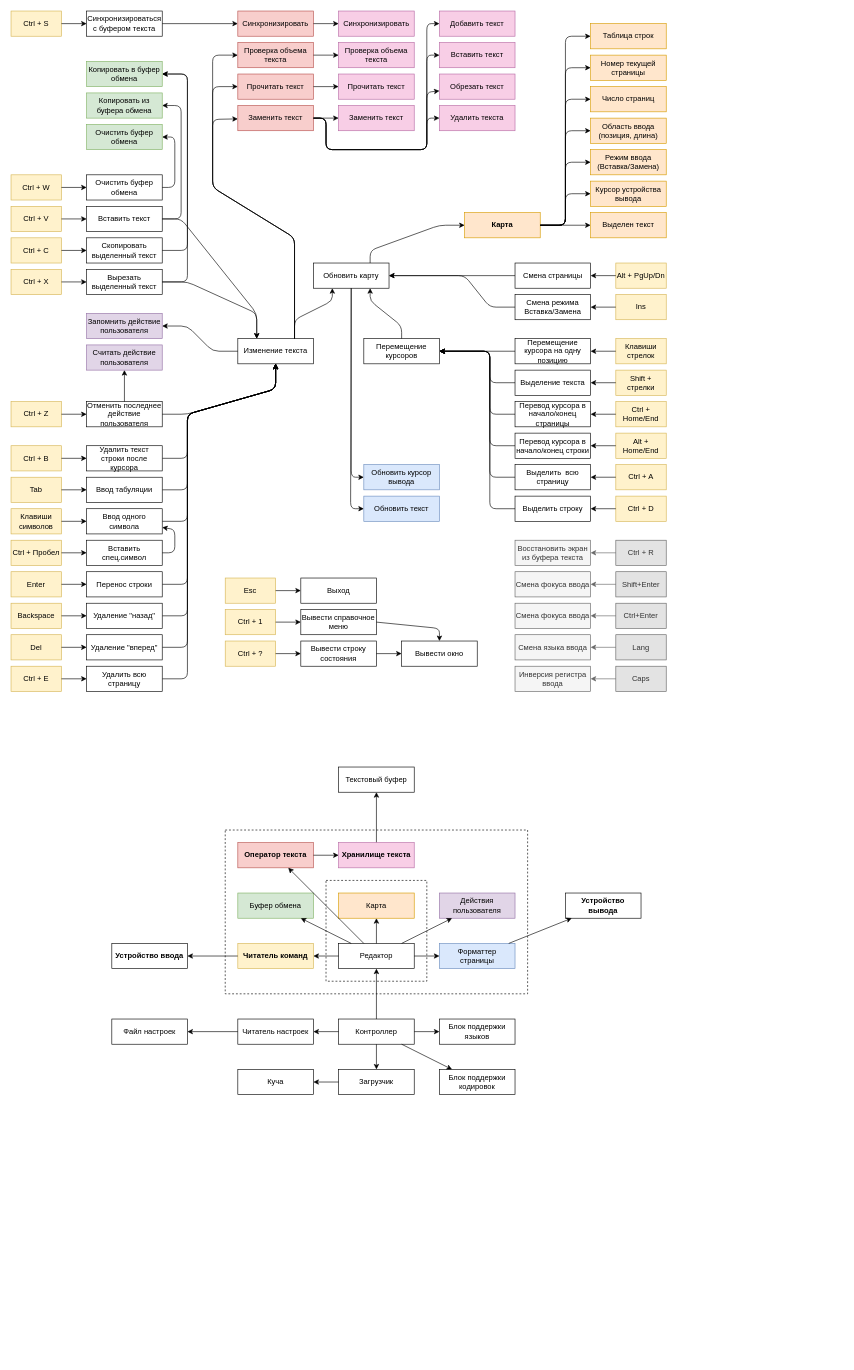
Before: page "Команды редактора" (5 of 5) of _Doc/LPM_class_component_diagram.drawio in Teslatec/LPM_Editor, a draw.io diagram. Source tidied: cells renumbered, new cells numbered last; positions are measured from the earlier drawing's top-left corner, leaving out a move shared by most shapes. Both pictures are drawn from the tidied source at 63%, with x=0, y=0 at pixel (11, 11).
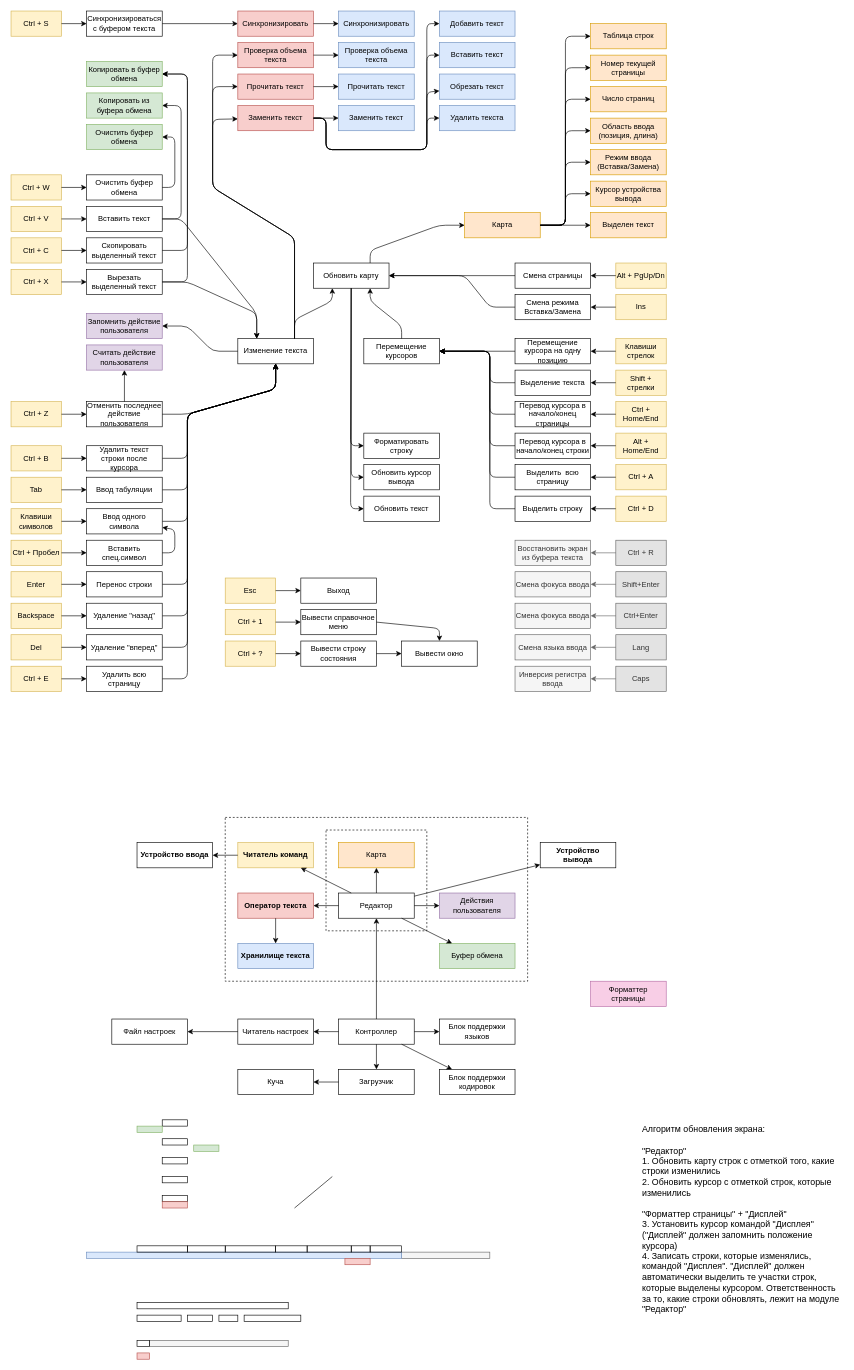
After the change.

Unchanged cells that the change refers to:
```xml
<mxCell id="78" value="Обновить карту" style="rounded=0;whiteSpace=wrap;html=1;" parent="1" vertex="1">
  <mxGeometry x="480" y="400" width="120" height="40" as="geometry" />
</mxCell>
```

Diff of the diagram source:
```diff
@@
+    <mxCell id="211" style="rounded=0;whiteSpace=wrap;html=1;fillColor=#f5f5f5;strokeColor=#666666;fontColor=#333333;" parent="1" vertex="1">
+      <mxGeometry x="620" y="1970" width="140" height="10" as="geometry" />
+    </mxCell>
+    <mxCell id="212" style="rounded=0;whiteSpace=wrap;html=1;fillColor=#dae8fc;strokeColor=#6c8ebf;" parent="1" vertex="1">
+      <mxGeometry x="120" y="1970" width="500" height="10" as="geometry" />
+    </mxCell>
     <mxCell id="2" style="rounded=0;whiteSpace=wrap;html=1;dashed=1;fillColor=none;" parent="1" vertex="1">
-      <mxGeometry x="500" y="1380" width="160" height="160" as="geometry" />
+      <mxGeometry x="500" y="1300" width="160" height="160" as="geometry" />
     </mxCell>
     <mxCell id="3" style="rounded=0;whiteSpace=wrap;html=1;dashed=1;fillColor=none;" parent="1" vertex="1">
-      <mxGeometry x="340" y="1300" width="480" height="260" as="geometry" />
+      <mxGeometry x="340" y="1280" width="480" height="260" as="geometry" />
     </mxCell>
@@
-    <mxCell id="53" value="Карта" style="rounded=0;whiteSpace=wrap;html=1;fillColor=#ffe6cc;strokeColor=#d79b00;fontStyle=1;" parent="1" vertex="1">
+    <mxCell id="53" value="Карта" style="rounded=0;whiteSpace=wrap;html=1;fillColor=#ffe6cc;strokeColor=#d79b00;fontStyle=0;" parent="1" vertex="1">
       <mxGeometry x="720" y="320" width="120" height="40" as="geometry" />
     </mxCell>
@@
-    <mxCell id="83" value="Обновить курсор вывода" style="rounded=0;whiteSpace=wrap;html=1;fillColor=#dae8fc;strokeColor=#6c8ebf;" parent="1" vertex="1">
+    <mxCell id="83" value="Обновить курсор вывода" style="rounded=0;whiteSpace=wrap;html=1;" parent="1" vertex="1">
       <mxGeometry x="560" y="720" width="120" height="40" as="geometry" />
     </mxCell>
@@
-    <mxCell id="91" value="Обновить текст" style="rounded=0;whiteSpace=wrap;html=1;fillColor=#dae8fc;strokeColor=#6c8ebf;" parent="1" vertex="1">
+    <mxCell id="91" value="Обновить текст" style="rounded=0;whiteSpace=wrap;html=1;" parent="1" vertex="1">
       <mxGeometry x="560" y="770" width="120" height="40" as="geometry" />
     </mxCell>
@@
     <mxCell id="160" value="Карта" style="rounded=0;whiteSpace=wrap;html=1;fillColor=#ffe6cc;strokeColor=#d79b00;fontStyle=0;" parent="1" vertex="1">
-      <mxGeometry x="520" y="1400" width="120" height="40" as="geometry" />
+      <mxGeometry x="520" y="1320" width="120" height="40" as="geometry" />
     </mxCell>
     <mxCell id="161" value="Редактор" style="rounded=0;whiteSpace=wrap;html=1;fontStyle=0;" parent="1" vertex="1">
-      <mxGeometry x="520" y="1480" width="120" height="40" as="geometry" />
+      <mxGeometry x="520" y="1400" width="120" height="40" as="geometry" />
     </mxCell>
     <mxCell id="162" value="Читатель команд" style="rounded=0;whiteSpace=wrap;html=1;fontStyle=1;fillColor=#fff2cc;strokeColor=#d6b656;" parent="1" vertex="1">
-      <mxGeometry x="360" y="1480" width="120" height="40" as="geometry" />
+      <mxGeometry x="360" y="1320" width="120" height="40" as="geometry" />
     </mxCell>
     <mxCell id="163" value="Оператор текста" style="rounded=0;whiteSpace=wrap;html=1;fillColor=#f8cecc;strokeColor=#b85450;fontStyle=1;" parent="1" vertex="1">
-      <mxGeometry x="360" y="1320" width="120" height="40" as="geometry" />
+      <mxGeometry x="360" y="1400" width="120" height="40" as="geometry" />
     </mxCell>
     <mxCell id="164" value="Буфер обмена" style="rounded=0;whiteSpace=wrap;html=1;fillColor=#d5e8d4;strokeColor=#82b366;" parent="1" vertex="1">
-      <mxGeometry x="360" y="1400" width="120" height="40" as="geometry" />
+      <mxGeometry x="680" y="1480" width="120" height="40" as="geometry" />
     </mxCell>
@@
-    <mxCell id="166" value="Форматтер страницы" style="rounded=0;whiteSpace=wrap;html=1;fillColor=#dae8fc;strokeColor=#6c8ebf;" parent="1" vertex="1">
-      <mxGeometry x="680" y="1480" width="120" height="40" as="geometry" />
-    </mxCell>
@@
-    <mxCell id="172" style="endArrow=classic;html=1;" parent="1" edge="1" source="161" target="166">
-      <mxGeometry relative="1" as="geometry" />
-    </mxCell>
     <mxCell id="173" value="Устройство вывода" style="rounded=0;whiteSpace=wrap;html=1;fontStyle=1;" parent="1" vertex="1">
-      <mxGeometry x="880" y="1400" width="120" height="40" as="geometry" />
+      <mxGeometry x="840" y="1320" width="120" height="40" as="geometry" />
     </mxCell>
     <mxCell id="174" value="Устройство ввода" style="rounded=0;whiteSpace=wrap;html=1;fontStyle=1;" parent="1" vertex="1">
-      <mxGeometry x="160" y="1480" width="120" height="40" as="geometry" />
+      <mxGeometry x="200" y="1320" width="120" height="40" as="geometry" />
     </mxCell>
-    <mxCell id="175" value="Текстовый буфер" style="rounded=0;whiteSpace=wrap;html=1;fontStyle=0;" parent="1" vertex="1">
-      <mxGeometry x="520" y="1200" width="120" height="40" as="geometry" />
-    </mxCell>
-    <mxCell id="176" style="endArrow=classic;html=1;" parent="1" edge="1" source="209" target="175">
-      <mxGeometry relative="1" as="geometry" />
-    </mxCell>
@@
-    <mxCell id="181" style="endArrow=classic;html=1;" parent="1" edge="1" source="166" target="173">
+    <mxCell id="181" style="endArrow=classic;html=1;" parent="1" edge="1" source="161" target="173">
       <mxGeometry relative="1" as="geometry" />
     </mxCell>
@@
-    <mxCell id="193" value="Добавить текст" style="rounded=0;whiteSpace=wrap;html=1;fillColor=#F8CEE6;strokeColor=#B86DA6;" parent="1" vertex="1">
+    <mxCell id="193" value="Добавить текст" style="rounded=0;whiteSpace=wrap;html=1;fillColor=#dae8fc;strokeColor=#6c8ebf;" parent="1" vertex="1">
       <mxGeometry x="680" width="120" height="40" as="geometry" />
     </mxCell>
-    <mxCell id="194" value="Вставить текст" style="rounded=0;whiteSpace=wrap;html=1;fillColor=#F8CEE6;strokeColor=#B86DA6;" parent="1" vertex="1">
+    <mxCell id="194" value="Вставить текст" style="rounded=0;whiteSpace=wrap;html=1;fillColor=#dae8fc;strokeColor=#6c8ebf;" parent="1" vertex="1">
       <mxGeometry x="680" y="50" width="120" height="40" as="geometry" />
     </mxCell>
-    <mxCell id="195" value="Заменить текст" style="rounded=0;whiteSpace=wrap;html=1;fillColor=#F8CEE6;strokeColor=#B86DA6;" parent="1" vertex="1">
+    <mxCell id="195" value="Заменить текст" style="rounded=0;whiteSpace=wrap;html=1;fillColor=#dae8fc;strokeColor=#6c8ebf;" parent="1" vertex="1">
       <mxGeometry x="520" y="150" width="120" height="40" as="geometry" />
     </mxCell>
-    <mxCell id="196" value="Удалить текста" style="rounded=0;whiteSpace=wrap;html=1;fillColor=#F8CEE6;strokeColor=#B86DA6;" parent="1" vertex="1">
+    <mxCell id="196" value="Удалить текста" style="rounded=0;whiteSpace=wrap;html=1;fillColor=#dae8fc;strokeColor=#6c8ebf;" parent="1" vertex="1">
       <mxGeometry x="680" y="150" width="120" height="40" as="geometry" />
     </mxCell>
-    <mxCell id="197" value="Обрезать текст" style="rounded=0;whiteSpace=wrap;html=1;fillColor=#F8CEE6;strokeColor=#B86DA6;" parent="1" vertex="1">
+    <mxCell id="197" value="Обрезать текст" style="rounded=0;whiteSpace=wrap;html=1;fillColor=#dae8fc;strokeColor=#6c8ebf;" parent="1" vertex="1">
       <mxGeometry x="680" y="100" width="120" height="40" as="geometry" />
     </mxCell>
-    <mxCell id="198" value="Прочитать текст" style="rounded=0;whiteSpace=wrap;html=1;fillColor=#F8CEE6;strokeColor=#B86DA6;" parent="1" vertex="1">
+    <mxCell id="198" value="Прочитать текст" style="rounded=0;whiteSpace=wrap;html=1;fillColor=#dae8fc;strokeColor=#6c8ebf;" parent="1" vertex="1">
       <mxGeometry x="520" y="100" width="120" height="40" as="geometry" />
     </mxCell>
-    <mxCell id="199" value="Синхронизировать" style="rounded=0;whiteSpace=wrap;html=1;fillColor=#F8CEE6;strokeColor=#B86DA6;" parent="1" vertex="1">
+    <mxCell id="199" value="Синхронизировать" style="rounded=0;whiteSpace=wrap;html=1;fillColor=#dae8fc;strokeColor=#6c8ebf;" parent="1" vertex="1">
       <mxGeometry x="520" width="120" height="40" as="geometry" />
     </mxCell>
-    <mxCell id="200" value="Проверка объема текста" style="rounded=0;whiteSpace=wrap;html=1;fillColor=#F8CEE6;strokeColor=#B86DA6;" parent="1" vertex="1">
+    <mxCell id="200" value="Проверка объема текста" style="rounded=0;whiteSpace=wrap;html=1;fillColor=#dae8fc;strokeColor=#6c8ebf;" parent="1" vertex="1">
       <mxGeometry x="520" y="50" width="120" height="40" as="geometry" />
     </mxCell>
@@
-    <mxCell id="209" value="Хранилище текста" style="rounded=0;whiteSpace=wrap;html=1;fillColor=#F8CEE6;strokeColor=#B86DA6;fontStyle=1;" parent="1" vertex="1">
-      <mxGeometry x="520" y="1320" width="120" height="40" as="geometry" />
+    <mxCell id="209" value="Хранилище текста" style="rounded=0;whiteSpace=wrap;html=1;fillColor=#dae8fc;strokeColor=#6c8ebf;fontStyle=1;" parent="1" vertex="1">
+      <mxGeometry x="360" y="1480" width="120" height="40" as="geometry" />
     </mxCell>
@@
+    <mxCell id="213" value="Форматировать строку" style="rounded=0;whiteSpace=wrap;html=1;" parent="1" vertex="1">
+      <mxGeometry x="560" y="670" width="120" height="40" as="geometry" />
+    </mxCell>
+    <mxCell id="214" style="endArrow=classic;html=1;" parent="1" edge="1" source="78" target="213">
+      <mxGeometry relative="1" as="geometry">
+        <Array as="points">
+          <mxPoint x="539" y="690" />
+        </Array>
+      </mxGeometry>
+    </mxCell>
+    <mxCell id="166" value="&lt;span style=&quot;font-weight: 400&quot;&gt;Форматтер страницы&lt;/span&gt;" style="rounded=0;whiteSpace=wrap;html=1;fillColor=#F8CEE6;strokeColor=#B86DA6;fontStyle=1;" parent="1" vertex="1">
+      <mxGeometry x="920" y="1540" width="120" height="40" as="geometry" />
+    </mxCell>
+    <mxCell id="215" style="rounded=0;whiteSpace=wrap;html=1;fillColor=none;" parent="1" vertex="1">
+      <mxGeometry x="240" y="1760" width="40" height="10" as="geometry" />
+    </mxCell>
+    <mxCell id="216" style="rounded=0;whiteSpace=wrap;html=1;fillColor=#d5e8d4;strokeColor=#82b366;" parent="1" vertex="1">
+      <mxGeometry x="200" y="1770" width="40" height="10" as="geometry" />
+    </mxCell>
+    <mxCell id="217" style="rounded=0;whiteSpace=wrap;html=1;fillColor=none;" parent="1" vertex="1">
+      <mxGeometry x="240" y="1790" width="40" height="10" as="geometry" />
+    </mxCell>
+    <mxCell id="218" style="rounded=0;whiteSpace=wrap;html=1;fillColor=#d5e8d4;strokeColor=#82b366;" parent="1" vertex="1">
+      <mxGeometry x="290" y="1800" width="40" height="10" as="geometry" />
+    </mxCell>
+    <mxCell id="219" style="rounded=0;whiteSpace=wrap;html=1;fillColor=none;" parent="1" vertex="1">
+      <mxGeometry x="240" y="1820" width="40" height="10" as="geometry" />
+    </mxCell>
+    <mxCell id="220" style="rounded=0;whiteSpace=wrap;html=1;fillColor=#f8cecc;strokeColor=#b85450;" parent="1" vertex="1">
+      <mxGeometry x="530" y="1980" width="40" height="10" as="geometry" />
+    </mxCell>
+    <mxCell id="221" style="endArrow=none;html=1;" parent="1" edge="1">
+      <mxGeometry relative="1" as="geometry">
+        <mxPoint x="450" y="1900" as="sourcePoint" />
+        <mxPoint x="510" y="1850" as="targetPoint" />
+      </mxGeometry>
+    </mxCell>
+    <mxCell id="222" style="rounded=0;whiteSpace=wrap;html=1;fillColor=none;" parent="1" vertex="1">
+      <mxGeometry x="240" y="1850" width="40" height="10" as="geometry" />
+    </mxCell>
+    <mxCell id="223" style="rounded=0;whiteSpace=wrap;html=1;fillColor=#f8cecc;strokeColor=#b85450;" parent="1" vertex="1">
+      <mxGeometry x="200" y="2130" width="20" height="10" as="geometry" />
+    </mxCell>
+    <mxCell id="224" style="rounded=0;whiteSpace=wrap;html=1;fillColor=none;" parent="1" vertex="1">
+      <mxGeometry x="240" y="1880" width="40" height="10" as="geometry" />
+    </mxCell>
+    <mxCell id="225" style="rounded=0;whiteSpace=wrap;html=1;fillColor=#f8cecc;strokeColor=#b85450;" parent="1" vertex="1">
+      <mxGeometry x="240" y="1890" width="40" height="10" as="geometry" />
+    </mxCell>
+    <mxCell id="226" style="rounded=0;whiteSpace=wrap;html=1;fillColor=none;" parent="1" vertex="1">
+      <mxGeometry x="200" y="1960" width="80" height="10" as="geometry" />
+    </mxCell>
+    <mxCell id="227" style="rounded=0;whiteSpace=wrap;html=1;fillColor=none;" parent="1" vertex="1">
+      <mxGeometry x="280" y="1960" width="60" height="10" as="geometry" />
+    </mxCell>
+    <mxCell id="228" style="rounded=0;whiteSpace=wrap;html=1;fillColor=none;" parent="1" vertex="1">
+      <mxGeometry x="340" y="1960" width="80" height="10" as="geometry" />
+    </mxCell>
+    <mxCell id="229" style="rounded=0;whiteSpace=wrap;html=1;fillColor=none;" parent="1" vertex="1">
+      <mxGeometry x="420" y="1960" width="50" height="10" as="geometry" />
+    </mxCell>
+    <mxCell id="230" style="rounded=0;whiteSpace=wrap;html=1;fillColor=none;" parent="1" vertex="1">
+      <mxGeometry x="470" y="1960" width="70" height="10" as="geometry" />
+    </mxCell>
+    <mxCell id="231" style="rounded=0;whiteSpace=wrap;html=1;fillColor=none;" parent="1" vertex="1">
+      <mxGeometry x="540" y="1960" width="30" height="10" as="geometry" />
+    </mxCell>
+    <mxCell id="232" style="rounded=0;whiteSpace=wrap;html=1;fillColor=none;" parent="1" vertex="1">
+      <mxGeometry x="570" y="1960" width="50" height="10" as="geometry" />
+    </mxCell>
+    <mxCell id="233" value="Алгоритм обновления экрана:&lt;br&gt;&lt;br&gt;&quot;Редактор&quot;&lt;br&gt;1. Обновить карту строк с отметкой того, какие строки изменились&lt;br&gt;2. Обновить курсор с отметкой строк, которые изменились&lt;br&gt;&lt;br&gt;&quot;Форматтер страницы&quot; + &quot;Дисплей&quot;&lt;br&gt;3. Установить курсор командой &quot;Дисплея&quot; (&quot;Дисплей&quot; должен запомнить положение курсора)&lt;br&gt;4. Записать строки, которые изменялись, командой &quot;Дисплея&quot;. &quot;Дисплей&quot; должен автоматически выделить те участки строк, которые выделены курсором. Ответственность за то, какие строки обновлять, лежит на модуле &quot;Редактор&quot;" style="rounded=0;whiteSpace=wrap;html=1;fillColor=none;strokeColor=none;align=left;verticalAlign=top;fontSize=14;" parent="1" vertex="1">
+      <mxGeometry x="1000" y="1760" width="320" height="350" as="geometry" />
+    </mxCell>
+    <mxCell id="234" style="rounded=0;whiteSpace=wrap;html=1;fillColor=none;" parent="1" vertex="1">
+      <mxGeometry x="200" y="2070" width="70" height="10" as="geometry" />
+    </mxCell>
+    <mxCell id="235" style="rounded=0;whiteSpace=wrap;html=1;fillColor=none;" parent="1" vertex="1">
+      <mxGeometry x="280" y="2070" width="40" height="10" as="geometry" />
+    </mxCell>
+    <mxCell id="236" style="rounded=0;whiteSpace=wrap;html=1;fillColor=none;" parent="1" vertex="1">
+      <mxGeometry x="330" y="2070" width="30" height="10" as="geometry" />
+    </mxCell>
+    <mxCell id="237" style="rounded=0;whiteSpace=wrap;html=1;fillColor=none;" parent="1" vertex="1">
+      <mxGeometry x="370" y="2070" width="90" height="10" as="geometry" />
+    </mxCell>
+    <mxCell id="238" style="rounded=0;whiteSpace=wrap;html=1;fillColor=none;" parent="1" vertex="1">
+      <mxGeometry x="200" y="2050" width="240" height="10" as="geometry" />
+    </mxCell>
+    <mxCell id="239" style="rounded=0;whiteSpace=wrap;html=1;fillColor=#f5f5f5;strokeColor=#666666;fontColor=#333333;" parent="1" vertex="1">
+      <mxGeometry x="220" y="2110" width="220" height="10" as="geometry" />
+    </mxCell>
+    <mxCell id="240" style="rounded=0;whiteSpace=wrap;html=1;fillColor=none;" parent="1" vertex="1">
+      <mxGeometry x="200" y="2110" width="20" height="10" as="geometry" />
+    </mxCell>
```
